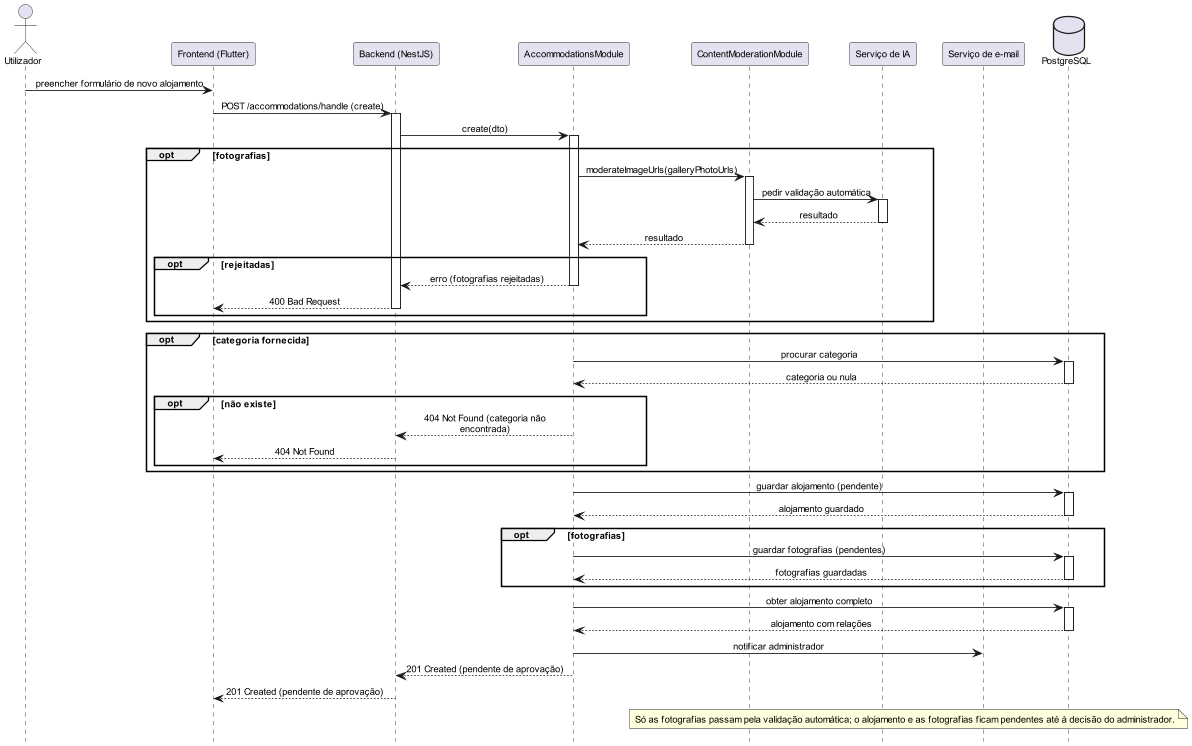
The PlantUML diagram docs/diagrams/png/sequence-add-accommodation.png in alegna83/cookbook-be, before a commit. Source of this version:
```plantuml
@startuml
scale 0.85
hide footbox
skinparam defaultFontName Arial
skinparam defaultFontSize 11
skinparam maxMessageSize 200
skinparam sequence {
  ParticipantPadding 10
  BoxPadding 8
  MessageAlign center
  ArrowThickness 1
}
actor Utilizador
participant "Frontend (Flutter)" as FE
participant "Backend (NestJS)" as API
participant "AccommodationsModule" as SVC
participant "ContentModerationModule" as MOD
participant "Serviço de IA" as AI
participant "Serviço de e-mail" as EMAIL
database "PostgreSQL" as DB

Utilizador -> FE: preencher formulário de novo alojamento
FE -> API: POST /accommodations/handle (create)
activate API
API -> SVC: create(dto)
activate SVC

opt fotografias
  SVC -> MOD: moderateImageUrls(galleryPhotoUrls)
  activate MOD
  MOD -> AI: pedir validação automática
  activate AI
  AI --> MOD: resultado
  deactivate AI
  MOD --> SVC: resultado
  deactivate MOD
  opt rejeitadas
    SVC --> API: erro (fotografias rejeitadas)
    deactivate SVC
    API --> FE: 400 Bad Request
    deactivate API
  end
end

opt categoria fornecida
  SVC -> DB: procurar categoria
  activate DB
  DB --> SVC: categoria ou nula
  deactivate DB
  opt não existe
    SVC --> API: 404 Not Found (categoria não encontrada)
    deactivate SVC
    API --> FE: 404 Not Found
    deactivate API
  end
end

SVC -> DB: guardar alojamento (pendente)
activate DB
DB --> SVC: alojamento guardado
deactivate DB

opt fotografias
  SVC -> DB: guardar fotografias (pendentes)
  activate DB
  DB --> SVC: fotografias guardadas
  deactivate DB
end

SVC -> DB: obter alojamento completo
activate DB
DB --> SVC: alojamento com relações
deactivate DB

SVC -> EMAIL: notificar administrador

SVC --> API: 201 Created (pendente de aprovação)
deactivate SVC
API --> FE: 201 Created (pendente de aprovação)
deactivate API

note over MOD,DB: Só as fotografias passam pela validação automática; o alojamento e as fotografias ficam pendentes até à decisão do administrador.

@enduml
```
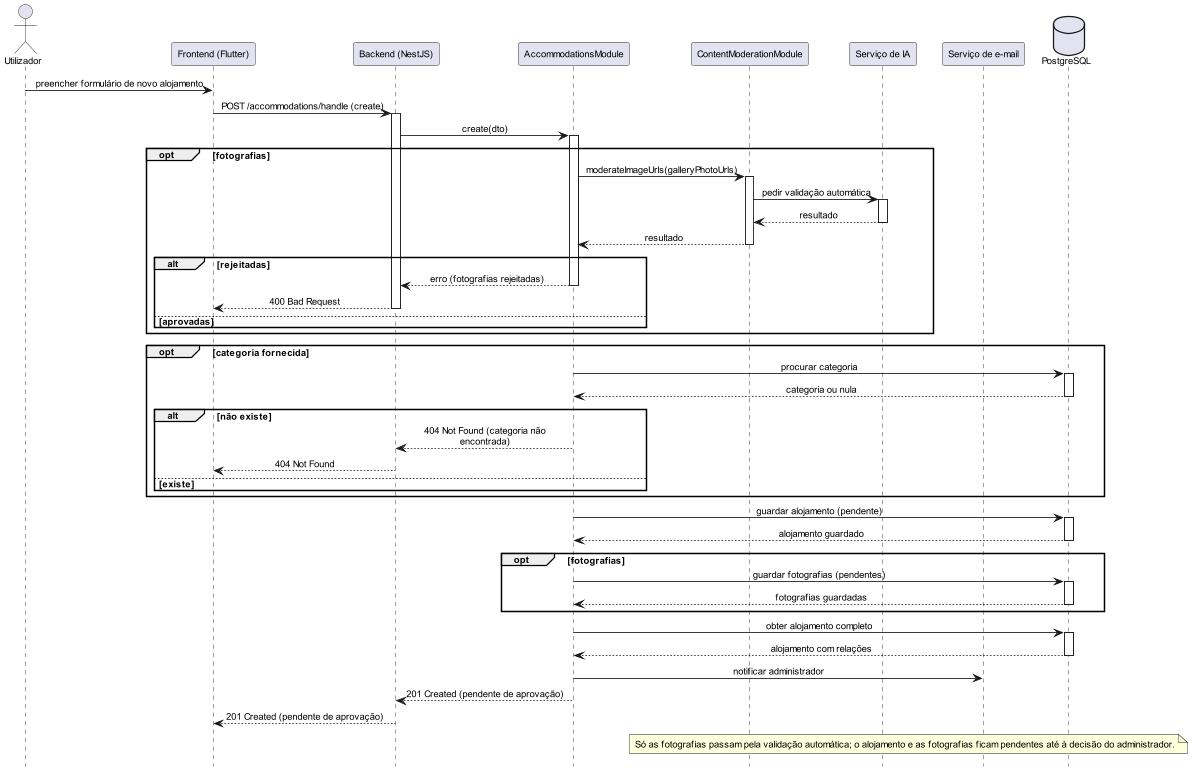
Later version of the same file.

Commit message:
sequence-add-accommodation

The edit, as a diff of the source:
```diff
@@ -34,11 +34,12 @@
   deactivate AI
   MOD --> SVC: resultado
   deactivate MOD
-  opt rejeitadas
+  alt rejeitadas
     SVC --> API: erro (fotografias rejeitadas)
     deactivate SVC
     API --> FE: 400 Bad Request
     deactivate API
+  else aprovadas
   end
 end
 
@@ -47,11 +48,12 @@
   activate DB
   DB --> SVC: categoria ou nula
   deactivate DB
-  opt não existe
+  alt não existe
     SVC --> API: 404 Not Found (categoria não encontrada)
     deactivate SVC
     API --> FE: 404 Not Found
     deactivate API
+  else existe
   end
 end
 
```
